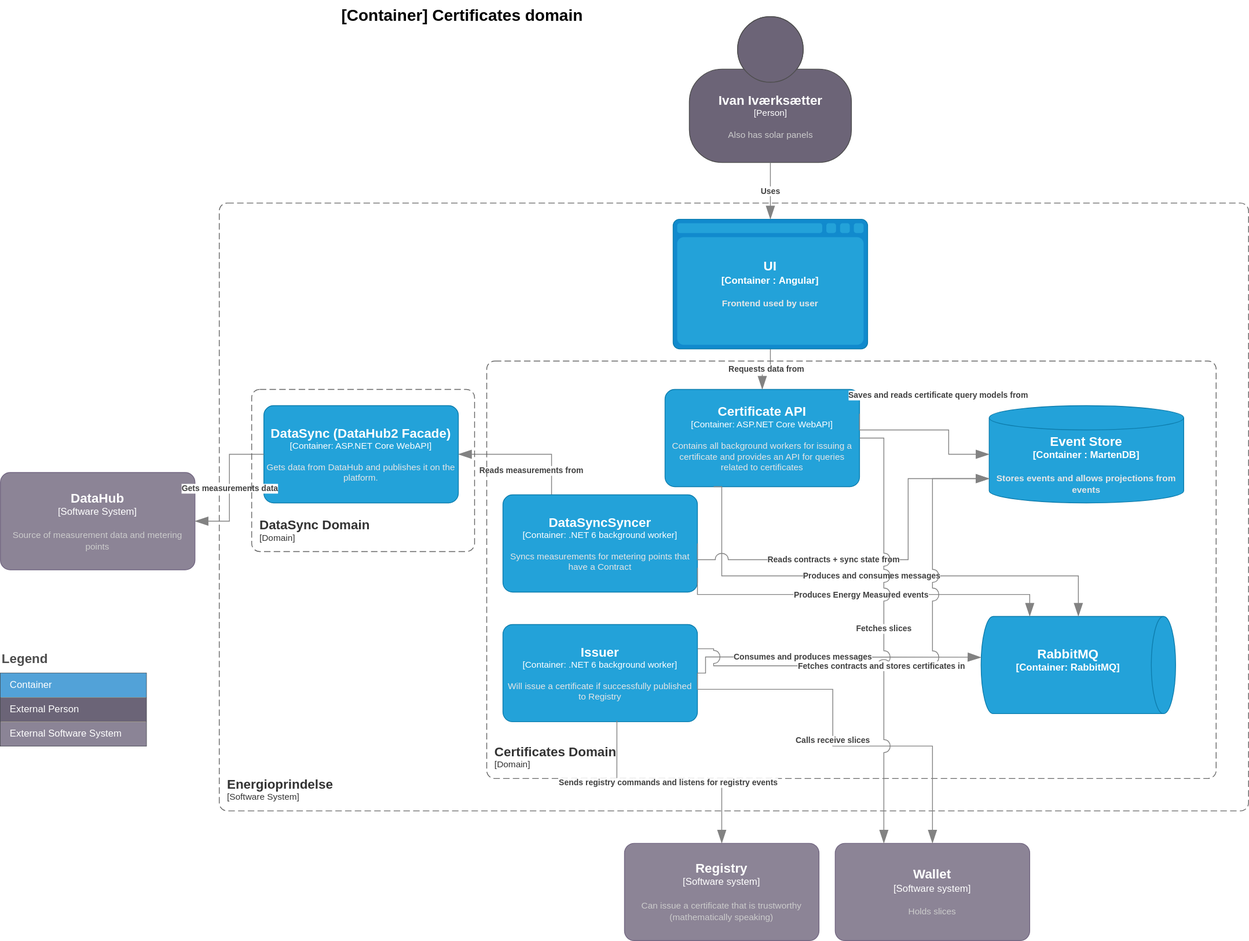
The draw.io diagram doc/architecture/diagrams/certificates.current.container.drawio.svg in Energinet-DataHub/energy-origin, before a commit. Source tidied: cells renumbered, new cells last; positions are measured from the earlier drawing's top-left corner, leaving out a move shared by most shapes.
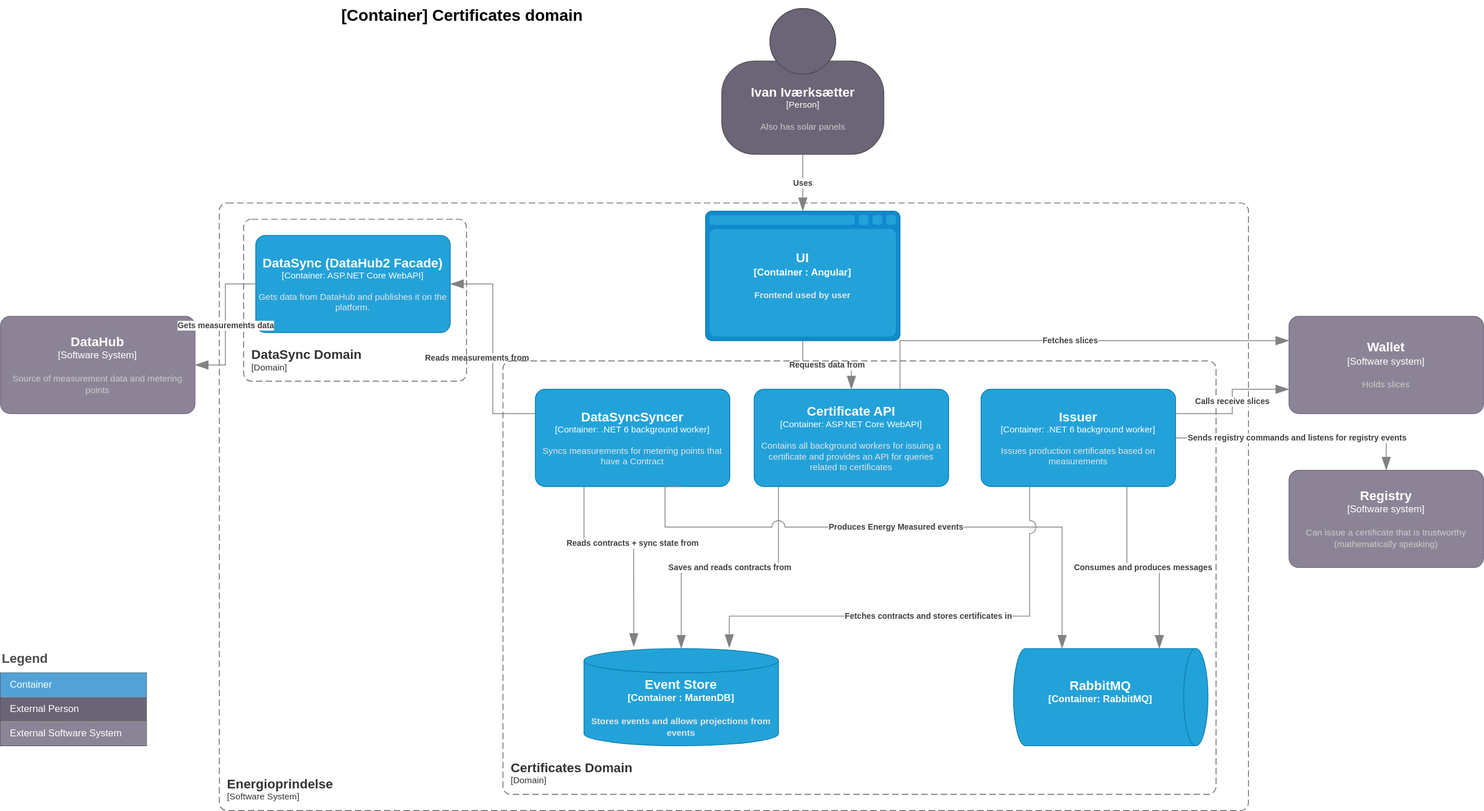
Above is the later version.

Diff of the diagram source:
```diff
@@ -11,3 +11,3 @@
       <mxCell style="rounded=1;whiteSpace=wrap;html=1;fontSize=11;labelBackgroundColor=none;fillColor=#23A2D9;fontColor=#ffffff;align=center;arcSize=10;strokeColor=#0E7DAD;points=[[0.25,0,0],[0.5,0,0],[0.75,0,0],[1,0.25,0],[1,0.5,0],[1,0.75,0],[0.75,1,0],[0.5,1,0],[0.25,1,0],[0,0.75,0],[0,0.5,0],[0,0.25,0]];" parent="1" vertex="1">
-        <mxGeometry x="820" y="480" width="240" height="120" as="geometry" />
+        <mxGeometry x="930" y="480" width="240" height="120" as="geometry" />
       </mxCell>
@@ -16,3 +16,3 @@
       <mxCell style="shape=cylinder3;size=15;whiteSpace=wrap;html=1;boundedLbl=1;rounded=0;labelBackgroundColor=none;fillColor=#23A2D9;fontSize=12;fontColor=#ffffff;align=center;strokeColor=#0E7DAD;points=[[0.5,0,0],[1,0.25,0],[1,0.5,0],[1,0.75,0],[0.5,1,0],[0,0.75,0],[0,0.5,0],[0,0.25,0]];" parent="1" vertex="1">
-        <mxGeometry x="1220" y="500" width="240" height="120" as="geometry" />
+        <mxGeometry x="720" y="800" width="240" height="120" as="geometry" />
       </mxCell>
@@ -20,3 +20,3 @@
     <object id="5" label="&lt;div style=&quot;text-align: left&quot;&gt;&lt;div style=&quot;text-align: center&quot;&gt;&lt;b&gt;%c4Description%&lt;/b&gt;&lt;/div&gt;" c4Description="Reads measurements from" c4Type="Relationship" placeholders="1">
-      <mxCell style="endArrow=blockThin;html=1;fontSize=10;fontColor=#404040;strokeWidth=1;endFill=1;strokeColor=#828282;elbow=vertical;endSize=14;startSize=14;jumpStyle=arc;jumpSize=16;rounded=0;edgeStyle=orthogonalEdgeStyle;exitX=0.25;exitY=0;exitDx=0;exitDy=0;exitPerimeter=0;entryX=1;entryY=0.5;entryDx=0;entryDy=0;entryPerimeter=0;" parent="1" edge="1" source="30" target="12">
+      <mxCell style="endArrow=blockThin;html=1;fontSize=10;fontColor=#404040;strokeWidth=1;endFill=1;strokeColor=#828282;elbow=vertical;endSize=14;startSize=14;jumpStyle=arc;jumpSize=16;rounded=0;edgeStyle=orthogonalEdgeStyle;exitX=0;exitY=0.25;exitDx=0;exitDy=0;exitPerimeter=0;entryX=1;entryY=0.5;entryDx=0;entryDy=0;entryPerimeter=0;" parent="1" edge="1" source="30" target="12">
         <mxGeometry x="-0.09" y="20" relative="1" as="geometry" />
@@ -24,9 +24,6 @@
     </object>
-    <object id="6" label="&lt;div style=&quot;text-align: left&quot;&gt;&lt;div style=&quot;text-align: center&quot;&gt;&lt;b&gt;%c4Description%&lt;/b&gt;&lt;/div&gt;" c4Description="Saves and reads certificate query models from" c4Type="Relationship" placeholders="1">
-      <mxCell style="endArrow=blockThin;html=1;fontSize=10;fontColor=#404040;strokeWidth=1;endFill=1;strokeColor=#828282;elbow=vertical;endSize=14;startSize=14;jumpStyle=arc;jumpSize=16;rounded=0;edgeStyle=orthogonalEdgeStyle;exitX=1;exitY=0.25;exitDx=0;exitDy=0;exitPerimeter=0;" parent="1" edge="1" source="3" target="4">
-        <mxGeometry x="0.11" y="43" relative="1" as="geometry">
-          <Array as="points">
-            <mxPoint x="1170" y="530" />
-            <mxPoint x="1170" y="560" />
-          </Array>
+    <object id="6" label="&lt;div style=&quot;text-align: left&quot;&gt;&lt;div style=&quot;text-align: center&quot;&gt;&lt;b&gt;%c4Description%&lt;/b&gt;&lt;/div&gt;" c4Description="Saves and reads contracts from" c4Type="Relationship" placeholders="1">
+      <mxCell style="endArrow=blockThin;html=1;fontSize=10;fontColor=#404040;strokeWidth=1;endFill=1;strokeColor=#828282;elbow=vertical;endSize=14;startSize=14;jumpStyle=arc;jumpSize=16;rounded=0;edgeStyle=orthogonalEdgeStyle;" parent="1" edge="1" target="4">
+        <mxGeometry relative="1" as="geometry">
+          <mxPoint x="960" y="600" as="sourcePoint" />
         </mxGeometry>
@@ -41,3 +38,3 @@
       <mxCell style="rounded=1;whiteSpace=wrap;html=1;labelBackgroundColor=none;fillColor=#8C8496;fontColor=#ffffff;align=center;arcSize=10;strokeColor=#736782;points=[[0.25,0,0],[0.5,0,0],[0.75,0,0],[1,0.25,0],[1,0.5,0],[1,0.75,0],[0.75,1,0],[0.5,1,0],[0.25,1,0],[0,0.75,0],[0,0.5,0],[0,0.25,0]];" parent="1" vertex="1">
-        <mxGeometry y="582.5" width="240" height="120" as="geometry" />
+        <mxGeometry y="390" width="240" height="120" as="geometry" />
       </mxCell>
@@ -46,3 +43,3 @@
       <mxCell style="html=1;fontSize=11;dashed=0;whitespace=wrap;fillColor=#6C6477;strokeColor=#4D4D4D;fontColor=#ffffff;shape=mxgraph.c4.person2;align=center;points=[[0.5,0,0],[1,0.5,0],[1,0.75,0],[0.75,1,0],[0.5,1,0],[0.25,1,0],[0,0.75,0],[0,0.5,0]];" parent="1" vertex="1">
-        <mxGeometry x="850" y="20" width="200" height="180" as="geometry" />
+        <mxGeometry x="890" y="10" width="200" height="180" as="geometry" />
       </mxCell>
@@ -51,3 +48,3 @@
       <mxCell style="shape=mxgraph.c4.webBrowserContainer;whiteSpace=wrap;html=1;boundedLbl=1;rounded=0;labelBackgroundColor=none;fillColor=#118ACD;fontSize=12;fontColor=#ffffff;align=center;strokeColor=#0E7DAD;points=[[0.5,0,0],[1,0.25,0],[1,0.5,0],[1,0.75,0],[0.5,1,0],[0,0.75,0],[0,0.5,0],[0,0.25,0]];" parent="1" vertex="1">
-        <mxGeometry x="830" y="270" width="240" height="160" as="geometry" />
+        <mxGeometry x="870" y="260" width="240" height="160" as="geometry" />
       </mxCell>
@@ -61,3 +58,3 @@
       <mxCell style="rounded=1;whiteSpace=wrap;html=1;fontSize=11;labelBackgroundColor=none;fillColor=#23A2D9;fontColor=#ffffff;align=center;arcSize=10;strokeColor=#0E7DAD;points=[[0.25,0,0],[0.5,0,0],[0.75,0,0],[1,0.25,0],[1,0.5,0],[1,0.75,0],[0.75,1,0],[0.5,1,0],[0.25,1,0],[0,0.75,0],[0,0.5,0],[0,0.25,0]];" parent="1" vertex="1">
-        <mxGeometry x="325" y="500" width="240" height="120" as="geometry" />
+        <mxGeometry x="315" y="290" width="240" height="120" as="geometry" />
       </mxCell>
@@ -86,3 +83,3 @@
       <mxCell style="rounded=1;fontSize=11;whiteSpace=wrap;html=1;dashed=1;arcSize=20;fillColor=none;strokeColor=#666666;fontColor=#333333;labelBackgroundColor=none;align=left;verticalAlign=bottom;labelBorderColor=none;spacingTop=0;spacing=10;dashPattern=8 4;perimeter=rectanglePerimeter;noLabel=0;labelPadding=0;absoluteArcSize=1;" parent="1" vertex="1">
-        <mxGeometry x="600" y="445" width="900" height="515" as="geometry" />
+        <mxGeometry x="620" y="445" width="880" height="535" as="geometry" />
       </mxCell>
@@ -96,3 +93,3 @@
       <mxCell style="rounded=1;fontSize=11;whiteSpace=wrap;html=1;dashed=1;arcSize=20;fillColor=none;strokeColor=#666666;fontColor=#333333;labelBackgroundColor=none;align=left;verticalAlign=bottom;labelBorderColor=none;spacingTop=0;spacing=10;dashPattern=8 4;perimeter=rectanglePerimeter;noLabel=0;labelPadding=0;absoluteArcSize=1;" parent="1" vertex="1">
-        <mxGeometry x="310" y="480" width="275" height="200" as="geometry" />
+        <mxGeometry x="300" y="270" width="275" height="200" as="geometry" />
       </mxCell>
@@ -101,18 +98,8 @@
       <mxCell style="shape=cylinder3;size=15;direction=south;whiteSpace=wrap;html=1;boundedLbl=1;rounded=0;labelBackgroundColor=none;fillColor=#23A2D9;fontSize=12;fontColor=#ffffff;align=center;strokeColor=#0E7DAD;points=[[0.5,0,0],[1,0.25,0],[1,0.5,0],[1,0.75,0],[0.5,1,0],[0,0.75,0],[0,0.5,0],[0,0.25,0]];" parent="1" vertex="1">
-        <mxGeometry x="1210" y="760" width="240" height="120" as="geometry" />
+        <mxGeometry x="1250" y="800" width="240" height="120" as="geometry" />
       </mxCell>
     </object>
-    <object id="23" label="&lt;div style=&quot;text-align: left&quot;&gt;&lt;div style=&quot;text-align: center&quot;&gt;&lt;b&gt;%c4Description%&lt;/b&gt;&lt;/div&gt;" c4Description="Produces and consumes messages " c4Type="Relationship" placeholders="1">
-      <mxCell style="endArrow=blockThin;html=1;fontSize=10;fontColor=#404040;strokeWidth=1;endFill=1;strokeColor=#828282;elbow=vertical;endSize=14;startSize=14;jumpStyle=arc;jumpSize=16;rounded=0;edgeStyle=orthogonalEdgeStyle;exitX=0.25;exitY=1;exitDx=0;exitDy=0;exitPerimeter=0;entryX=0;entryY=0.5;entryDx=0;entryDy=0;entryPerimeter=0;" parent="1" edge="1" source="3" target="22">
-        <mxGeometry relative="1" as="geometry">
-          <Array as="points">
-            <mxPoint x="890" y="710" />
-            <mxPoint x="1330" y="710" />
-          </Array>
-        </mxGeometry>
-      </mxCell>
-    </object>
-    <object id="24" label="&lt;font style=&quot;font-size: 16px&quot;&gt;&lt;b&gt;%c4Name%&lt;/b&gt;&lt;/font&gt;&lt;div&gt;[%c4Type%: %c4Technology%]&lt;/div&gt;&lt;br&gt;&lt;div&gt;&lt;font style=&quot;font-size: 11px&quot;&gt;&lt;font color=&quot;#E6E6E6&quot;&gt;%c4Description%&lt;/font&gt;&lt;/div&gt;" c4Description="Will issue a certificate if successfully published to Registry" c4Name="Issuer" c4Technology=".NET 6 background worker" c4Type="Container" placeholders="1">
+    <object id="24" label="&lt;font style=&quot;font-size: 16px&quot;&gt;&lt;b&gt;%c4Name%&lt;/b&gt;&lt;/font&gt;&lt;div&gt;[%c4Type%: %c4Technology%]&lt;/div&gt;&lt;br&gt;&lt;div&gt;&lt;font style=&quot;font-size: 11px&quot;&gt;&lt;font color=&quot;#E6E6E6&quot;&gt;%c4Description%&lt;/font&gt;&lt;/div&gt;" c4Description="Issues production certificates based on measurements" c4Name="Issuer" c4Technology=".NET 6 background worker" c4Type="Container" placeholders="1">
       <mxCell style="rounded=1;whiteSpace=wrap;html=1;fontSize=11;labelBackgroundColor=none;fillColor=#23A2D9;fontColor=#ffffff;align=center;arcSize=10;strokeColor=#0E7DAD;points=[[0.25,0,0],[0.5,0,0],[0.75,0,0],[1,0.25,0],[1,0.5,0],[1,0.75,0],[0.75,1,0],[0.5,1,0],[0.25,1,0],[0,0.75,0],[0,0.5,0],[0,0.25,0]];" parent="1" vertex="1">
-        <mxGeometry x="620" y="770" width="240" height="120" as="geometry" />
+        <mxGeometry x="1210" y="480" width="240" height="120" as="geometry" />
       </mxCell>
@@ -120,3 +107,3 @@
     <object id="25" label="&lt;div style=&quot;text-align: left&quot;&gt;&lt;div style=&quot;text-align: center&quot;&gt;&lt;b&gt;%c4Description%&lt;/b&gt;&lt;/div&gt;" c4Description="Sends registry commands and listens for registry events" c4Type="Relationship" placeholders="1">
-      <mxCell style="endArrow=blockThin;html=1;fontSize=10;fontColor=#404040;strokeWidth=1;endFill=1;strokeColor=#828282;elbow=vertical;endSize=14;startSize=14;jumpStyle=arc;jumpSize=16;rounded=0;edgeStyle=orthogonalEdgeStyle;exitX=0.586;exitY=0.987;exitDx=0;exitDy=0;exitPerimeter=0;entryX=0.5;entryY=0;entryDx=0;entryDy=0;entryPerimeter=0;" parent="1" edge="1" source="24" target="26">
+      <mxCell style="endArrow=blockThin;html=1;fontSize=10;fontColor=#404040;strokeWidth=1;endFill=1;strokeColor=#828282;elbow=vertical;endSize=14;startSize=14;jumpStyle=arc;jumpSize=16;rounded=0;edgeStyle=orthogonalEdgeStyle;entryX=0.5;entryY=0;entryDx=0;entryDy=0;entryPerimeter=0;exitX=1;exitY=0.5;exitDx=0;exitDy=0;exitPerimeter=0;" parent="1" edge="1" source="24" target="26">
         <mxGeometry relative="1" as="geometry" />
@@ -126,3 +113,3 @@
       <mxCell style="rounded=1;whiteSpace=wrap;html=1;labelBackgroundColor=none;fillColor=#8C8496;fontColor=#ffffff;align=center;arcSize=10;strokeColor=#736782;points=[[0.25,0,0],[0.5,0,0],[0.75,0,0],[1,0.25,0],[1,0.5,0],[1,0.75,0],[0.75,1,0],[0.5,1,0],[0.25,1,0],[0,0.75,0],[0,0.5,0],[0,0.25,0]];" parent="1" vertex="1">
-        <mxGeometry x="770" y="1040" width="240" height="120" as="geometry" />
+        <mxGeometry x="1590" y="580" width="240" height="120" as="geometry" />
       </mxCell>
@@ -130,10 +117,4 @@
     <object id="27" label="&lt;div style=&quot;text-align: left&quot;&gt;&lt;div style=&quot;text-align: center&quot;&gt;&lt;b&gt;%c4Description%&lt;/b&gt;&lt;/div&gt;" c4Description="Consumes and produces messages" c4Type="Relationship" placeholders="1">
-      <mxCell style="endArrow=blockThin;html=1;fontSize=10;fontColor=#404040;strokeWidth=1;endFill=1;strokeColor=#828282;elbow=vertical;endSize=14;startSize=14;jumpStyle=arc;jumpSize=16;rounded=0;edgeStyle=orthogonalEdgeStyle;entryX=0.422;entryY=1;entryDx=0;entryDy=0;entryPerimeter=0;" parent="1" edge="1" source="24" target="22">
-        <mxGeometry x="-0.19" relative="1" as="geometry">
-          <Array as="points">
-            <mxPoint x="870" y="830" />
-            <mxPoint x="870" y="810" />
-            <mxPoint x="1180" y="810" />
-          </Array>
-        </mxGeometry>
+      <mxCell style="endArrow=blockThin;html=1;fontSize=10;fontColor=#404040;strokeWidth=1;endFill=1;strokeColor=#828282;elbow=vertical;endSize=14;startSize=14;jumpStyle=arc;jumpSize=16;rounded=0;edgeStyle=orthogonalEdgeStyle;entryX=0;entryY=0.25;entryDx=0;entryDy=0;entryPerimeter=0;exitX=0.75;exitY=1;exitDx=0;exitDy=0;exitPerimeter=0;" parent="1" edge="1" source="24" target="22">
+        <mxGeometry relative="1" as="geometry" />
       </mxCell>
@@ -142,3 +123,3 @@
       <mxCell style="rounded=1;whiteSpace=wrap;html=1;labelBackgroundColor=none;fillColor=#8C8496;fontColor=#ffffff;align=center;arcSize=10;strokeColor=#736782;points=[[0.25,0,0],[0.5,0,0],[0.75,0,0],[1,0.25,0],[1,0.5,0],[1,0.75,0],[0.75,1,0],[0.5,1,0],[0.25,1,0],[0,0.75,0],[0,0.5,0],[0,0.25,0]];" parent="1" vertex="1">
-        <mxGeometry x="1030" y="1040" width="240" height="120" as="geometry" />
+        <mxGeometry x="1590" y="390" width="240" height="120" as="geometry" />
       </mxCell>
@@ -146,10 +127,4 @@
     <object id="29" label="&lt;div style=&quot;text-align: left&quot;&gt;&lt;div style=&quot;text-align: center&quot;&gt;&lt;b&gt;%c4Description%&lt;/b&gt;&lt;/div&gt;" c4Description="Calls receive slices" c4Type="Relationship" placeholders="1">
-      <mxCell style="endArrow=blockThin;html=1;fontSize=10;fontColor=#404040;strokeWidth=1;endFill=1;strokeColor=#828282;elbow=vertical;endSize=14;startSize=14;jumpStyle=arc;jumpSize=16;rounded=0;edgeStyle=orthogonalEdgeStyle;exitX=1;exitY=0.5;exitDx=0;exitDy=0;exitPerimeter=0;entryX=0.5;entryY=0;entryDx=0;entryDy=0;entryPerimeter=0;" parent="1" edge="1" source="24" target="28">
-        <mxGeometry relative="1" as="geometry">
-          <Array as="points">
-            <mxPoint x="1027" y="850" />
-            <mxPoint x="1027" y="920" />
-            <mxPoint x="1150" y="920" />
-          </Array>
-        </mxGeometry>
+      <mxCell style="endArrow=blockThin;html=1;fontSize=10;fontColor=#404040;strokeWidth=1;endFill=1;strokeColor=#828282;elbow=vertical;endSize=14;startSize=14;jumpStyle=arc;jumpSize=16;rounded=0;edgeStyle=orthogonalEdgeStyle;exitX=1;exitY=0.25;exitDx=0;exitDy=0;exitPerimeter=0;entryX=0;entryY=0.75;entryDx=0;entryDy=0;entryPerimeter=0;" parent="1" edge="1" source="24" target="28">
+        <mxGeometry relative="1" as="geometry" />
       </mxCell>
@@ -158,3 +133,3 @@
       <mxCell style="rounded=1;whiteSpace=wrap;html=1;fontSize=11;labelBackgroundColor=none;fillColor=#23A2D9;fontColor=#ffffff;align=center;arcSize=10;strokeColor=#0E7DAD;points=[[0.25,0,0],[0.5,0,0],[0.75,0,0],[1,0.25,0],[1,0.5,0],[1,0.75,0],[0.75,1,0],[0.5,1,0],[0.25,1,0],[0,0.75,0],[0,0.5,0],[0,0.25,0]];" parent="1" vertex="1">
-        <mxGeometry x="620" y="610" width="240" height="120" as="geometry" />
+        <mxGeometry x="660" y="480" width="240" height="120" as="geometry" />
       </mxCell>
@@ -162,6 +137,7 @@
     <object id="31" label="&lt;div style=&quot;text-align: left&quot;&gt;&lt;div style=&quot;text-align: center&quot;&gt;&lt;b&gt;%c4Description%&lt;/b&gt;&lt;/div&gt;" c4Description="Produces Energy Measured events" c4Type="Relationship" placeholders="1">
-      <mxCell style="endArrow=blockThin;html=1;fontSize=10;fontColor=#404040;strokeWidth=1;endFill=1;strokeColor=#828282;elbow=vertical;endSize=14;startSize=14;jumpStyle=arc;jumpSize=16;rounded=0;edgeStyle=orthogonalEdgeStyle;exitX=1;exitY=0.75;exitDx=0;exitDy=0;exitPerimeter=0;entryX=0;entryY=0.75;entryDx=0;entryDy=0;entryPerimeter=0;" parent="1" edge="1" source="30" target="22">
+      <mxCell style="endArrow=blockThin;html=1;fontSize=10;fontColor=#404040;strokeWidth=1;endFill=1;strokeColor=#828282;elbow=vertical;endSize=14;startSize=14;jumpStyle=arc;jumpSize=16;rounded=0;edgeStyle=orthogonalEdgeStyle;exitX=0.75;exitY=1;exitDx=0;exitDy=0;exitPerimeter=0;entryX=0;entryY=0.75;entryDx=0;entryDy=0;entryPerimeter=0;" parent="1" edge="1" source="30" target="22">
         <mxGeometry relative="1" as="geometry">
           <Array as="points">
-            <mxPoint x="1270" y="733" />
+            <mxPoint x="820" y="650" />
+            <mxPoint x="1310" y="650" />
           </Array>
@@ -171,7 +147,7 @@
     <object id="32" label="&lt;div style=&quot;text-align: left&quot;&gt;&lt;div style=&quot;text-align: center&quot;&gt;&lt;b&gt;%c4Description%&lt;/b&gt;&lt;/div&gt;" c4Description="Reads contracts + sync state from" c4Type="Relationship" placeholders="1">
-      <mxCell style="endArrow=blockThin;html=1;fontSize=10;fontColor=#404040;strokeWidth=1;endFill=1;strokeColor=#828282;elbow=vertical;endSize=14;startSize=14;jumpStyle=arc;jumpSize=16;rounded=0;edgeStyle=orthogonalEdgeStyle;exitX=1;exitY=0.5;exitDx=0;exitDy=0;exitPerimeter=0;entryX=0;entryY=0.75;entryDx=0;entryDy=0;entryPerimeter=0;" parent="1" edge="1" source="30" target="4">
-        <mxGeometry x="-0.22" relative="1" as="geometry">
+      <mxCell style="endArrow=blockThin;html=1;fontSize=10;fontColor=#404040;strokeWidth=1;endFill=1;strokeColor=#828282;elbow=vertical;endSize=14;startSize=14;jumpStyle=arc;jumpSize=16;rounded=0;edgeStyle=orthogonalEdgeStyle;exitX=0.25;exitY=1;exitDx=0;exitDy=0;exitPerimeter=0;entryX=0.256;entryY=-0.018;entryDx=0;entryDy=0;entryPerimeter=0;" parent="1" edge="1" source="30" target="4">
+        <mxGeometry relative="1" as="geometry">
           <Array as="points">
-            <mxPoint x="1120" y="690" />
-            <mxPoint x="1120" y="590" />
+            <mxPoint x="720" y="670" />
+            <mxPoint x="781" y="670" />
           </Array>
@@ -181,8 +157,4 @@
     <object id="33" label="&lt;div style=&quot;text-align: left&quot;&gt;&lt;div style=&quot;text-align: center&quot;&gt;&lt;b&gt;%c4Description%&lt;/b&gt;&lt;/div&gt;" c4Description="Fetches slices" c4Type="Relationship" placeholders="1">
-      <mxCell style="endArrow=blockThin;html=1;fontSize=10;fontColor=#404040;strokeWidth=1;endFill=1;strokeColor=#828282;elbow=vertical;endSize=14;startSize=14;jumpStyle=arc;jumpSize=16;rounded=0;edgeStyle=orthogonalEdgeStyle;entryX=0.25;entryY=0;entryDx=0;entryDy=0;entryPerimeter=0;" parent="1" edge="1" source="3" target="28">
-        <mxGeometry relative="1" as="geometry">
-          <Array as="points">
-            <mxPoint x="1090" y="540" />
-          </Array>
-        </mxGeometry>
+      <mxCell style="endArrow=blockThin;html=1;fontSize=10;fontColor=#404040;strokeWidth=1;endFill=1;strokeColor=#828282;elbow=vertical;endSize=14;startSize=14;jumpStyle=arc;jumpSize=16;rounded=0;edgeStyle=orthogonalEdgeStyle;entryX=0;entryY=0.25;entryDx=0;entryDy=0;entryPerimeter=0;exitX=0.75;exitY=0;exitDx=0;exitDy=0;exitPerimeter=0;" parent="1" edge="1" source="3" target="28">
+        <mxGeometry relative="1" as="geometry" />
       </mxCell>
@@ -190,9 +162,7 @@
     <object id="34" label="&lt;div style=&quot;text-align: left&quot;&gt;&lt;div style=&quot;text-align: center&quot;&gt;&lt;b&gt;%c4Description%&lt;/b&gt;&lt;/div&gt;" c4Description="Fetches contracts and stores certificates in" c4Type="Relationship" placeholders="1">
-      <mxCell style="endArrow=blockThin;html=1;fontSize=10;fontColor=#404040;strokeWidth=1;endFill=1;strokeColor=#828282;elbow=vertical;endSize=14;startSize=14;jumpStyle=arc;jumpSize=16;rounded=0;edgeStyle=orthogonalEdgeStyle;entryX=0;entryY=0.75;entryDx=0;entryDy=0;entryPerimeter=0;exitX=1;exitY=0.25;exitDx=0;exitDy=0;exitPerimeter=0;" parent="1" edge="1" source="24" target="4">
-        <mxGeometry x="-0.19" relative="1" as="geometry">
+      <mxCell style="endArrow=blockThin;html=1;fontSize=10;fontColor=#404040;strokeWidth=1;endFill=1;strokeColor=#828282;elbow=vertical;endSize=14;startSize=14;jumpStyle=arc;jumpSize=16;rounded=0;edgeStyle=orthogonalEdgeStyle;entryX=0.747;entryY=-0.008;entryDx=0;entryDy=0;entryPerimeter=0;exitX=0.25;exitY=1;exitDx=0;exitDy=0;exitPerimeter=0;" parent="1" edge="1" source="24" target="4">
+        <mxGeometry relative="1" as="geometry">
           <Array as="points">
-            <mxPoint x="880" y="800" />
-            <mxPoint x="880" y="821" />
-            <mxPoint x="1150" y="821" />
-            <mxPoint x="1150" y="590" />
+            <mxPoint x="1270" y="760" />
+            <mxPoint x="899" y="760" />
           </Array>
```
